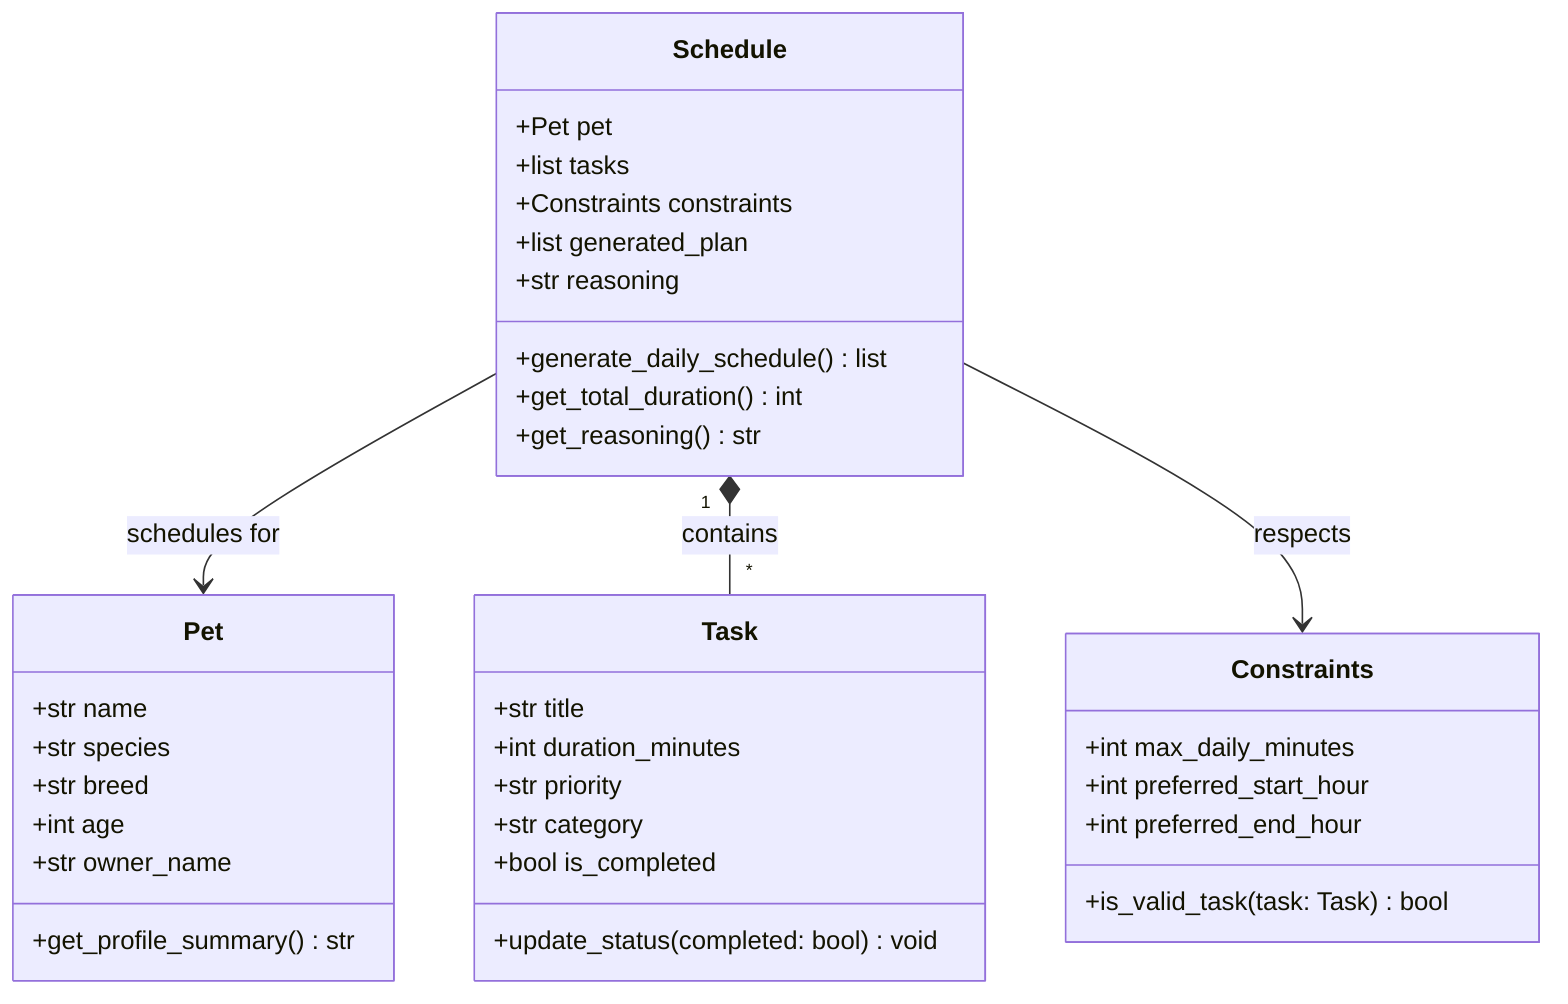
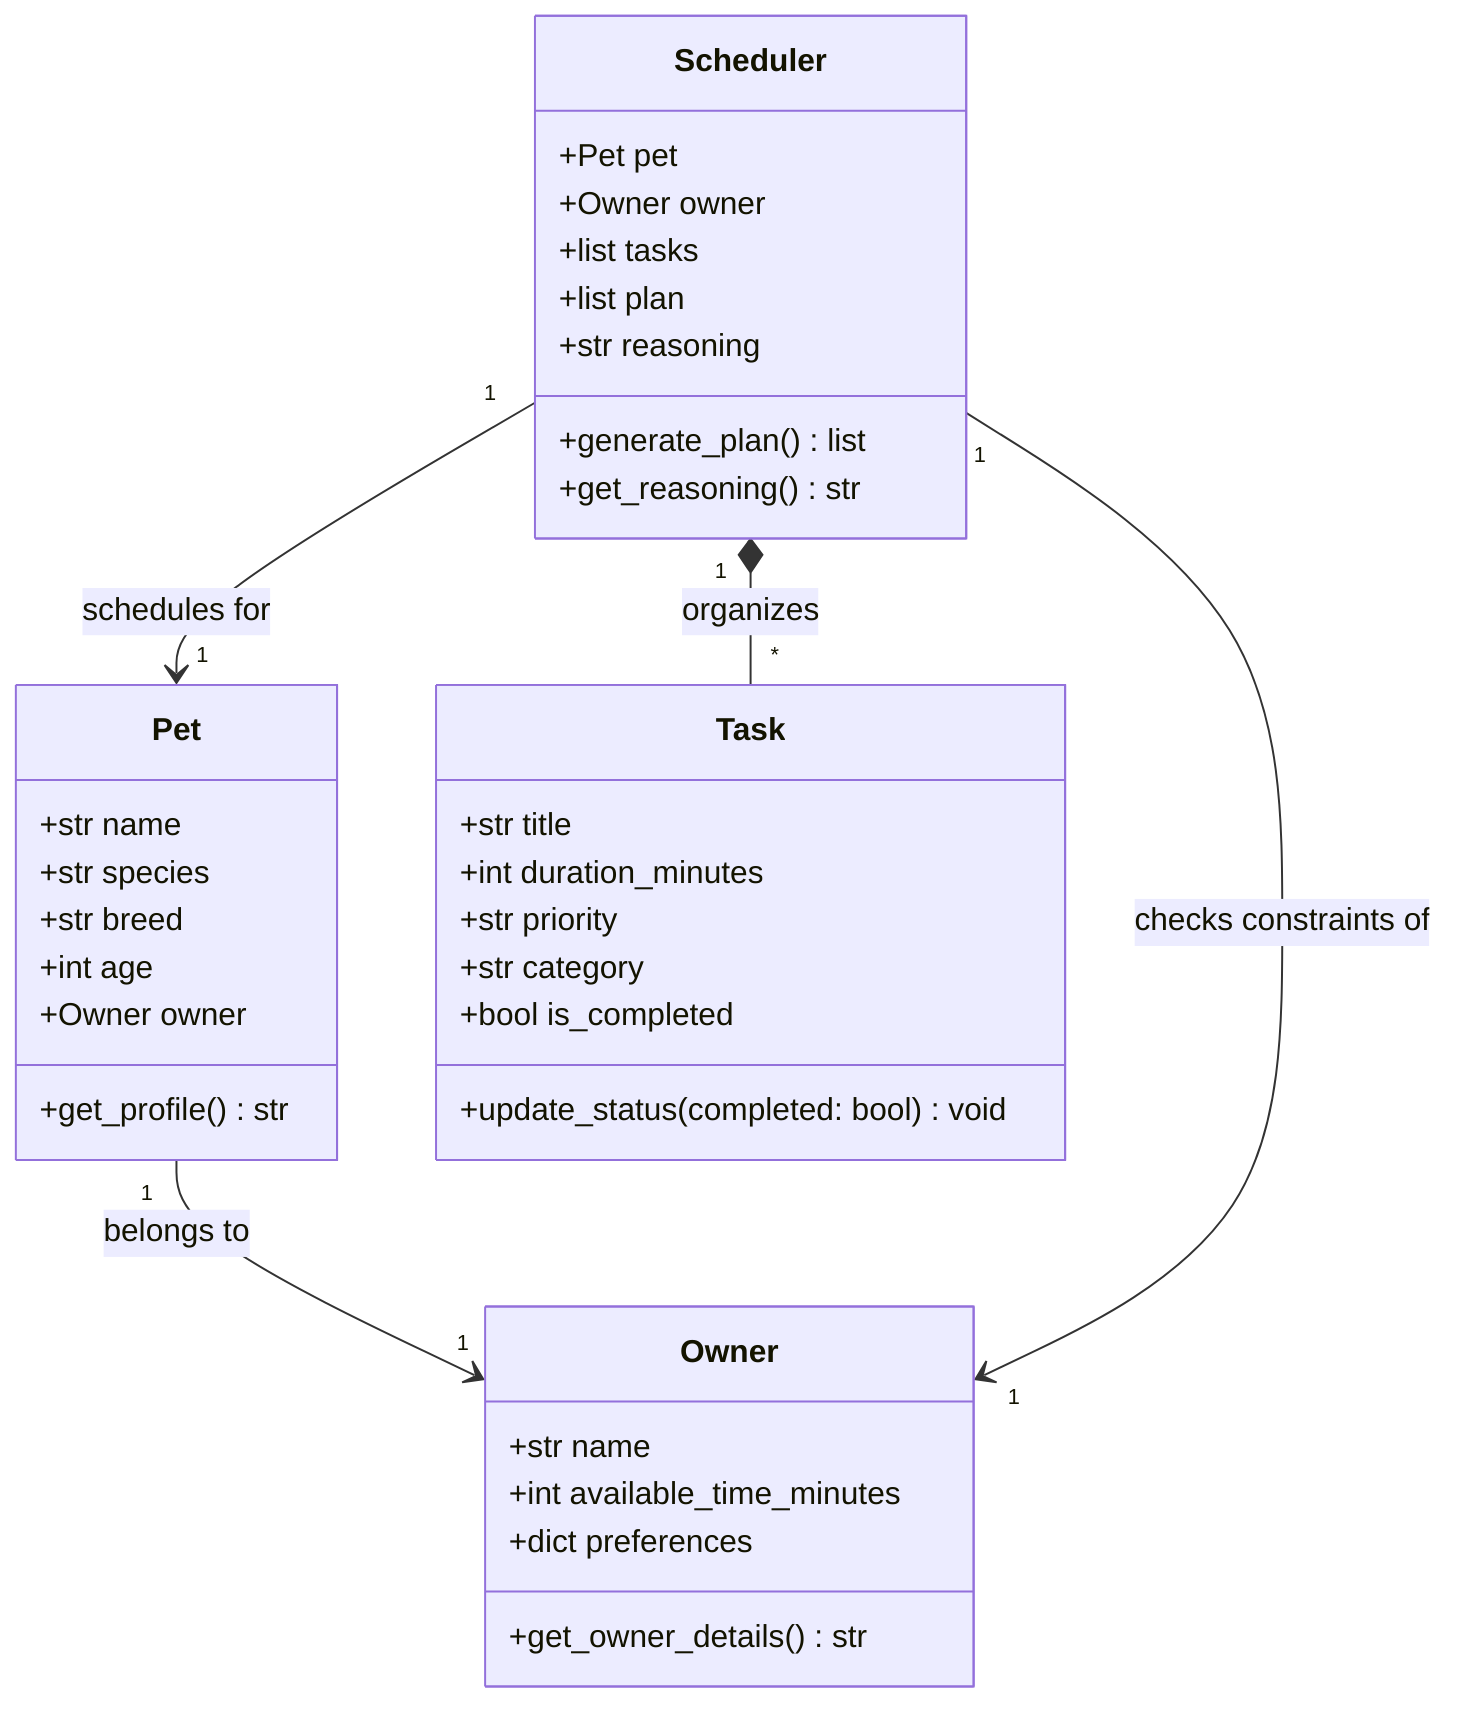
classDiagram
+     class Owner {
+         +str name
+         +int available_time_minutes
+         +dict preferences
+         +get_owner_details() str
+     }
+ 
    class Pet {
        +str name
        +str species
        +str breed
        +int age
-         +str owner_name
-         +get_profile_summary() str
+         +Owner owner
+         +get_profile() str
    }

    class Task {
        +str title
        +int duration_minutes
        +str priority
        +str category
        +bool is_completed
        +update_status(completed: bool) void
    }

-     class Constraints {
-         +int max_daily_minutes
-         +int preferred_start_hour
-         +int preferred_end_hour
-         +is_valid_task(task: Task) bool
-     }
- 
-     class Schedule {
+     class Scheduler {
        +Pet pet
+         +Owner owner
        +list tasks
-         +Constraints constraints
-         +list generated_plan
+         +list plan
        +str reasoning
-         +generate_daily_schedule() list
-         +get_total_duration() int
+         +generate_plan() list
        +get_reasoning() str
    }

-     Schedule --> Pet : schedules for
-     Schedule "1" *-- "*" Task : contains
-     Schedule --> Constraints : respects
+     Pet "1" --> "1" Owner : belongs to
+     Scheduler "1" --> "1" Pet : schedules for
+     Scheduler "1" --> "1" Owner : checks constraints of
+     Scheduler "1" *-- "*" Task : organizes

+ 
